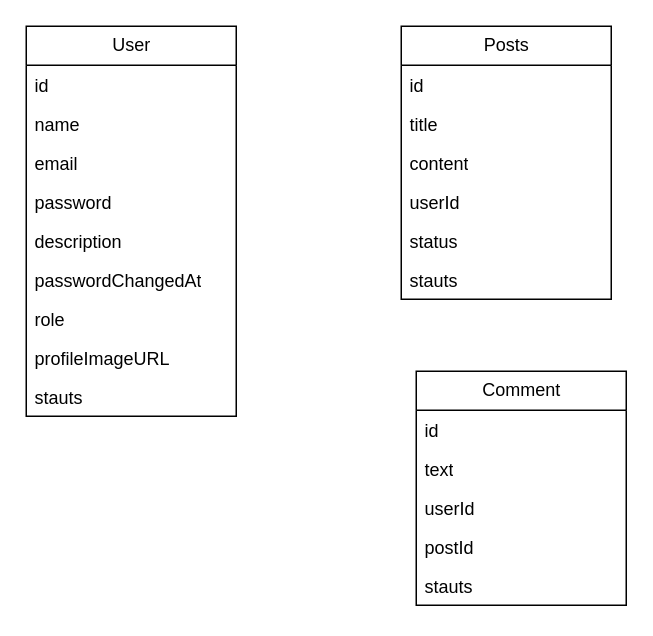
Earlier version of the draw.io diagram diagramaentidadRelacion.drawio (aglagithub/blog). Source tidied: cells renumbered, new cells numbered last; positions are measured from the earlier drawing's top-left corner, leaving out a move shared by most shapes. Both pictures are drawn from the tidied source at 150%, with x=0, y=0 at pixel (26, 26).
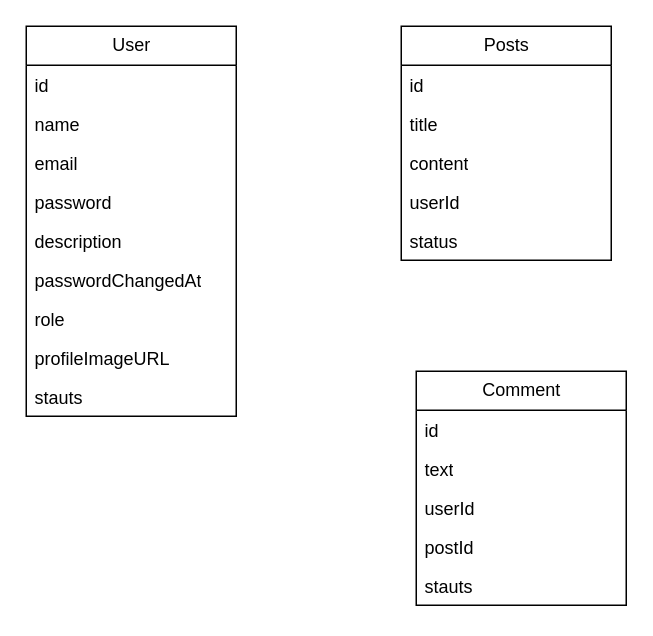
The same diagram, later.

Change to the diagram source:
```diff
@@
     <mxCell id="2" value="Posts" style="swimlane;fontStyle=0;horizontal=1;startSize=26;fillColor=none;html=1;" parent="1" vertex="1">
-      <mxGeometry x="250" width="140" height="182" as="geometry" />
+      <mxGeometry x="250" width="140" height="156" as="geometry" />
     </mxCell>
@@
-    <mxCell id="8" value="stauts" style="text;strokeColor=none;fillColor=none;align=left;verticalAlign=top;spacingLeft=4;spacingRight=4;overflow=hidden;whiteSpace=wrap;html=1;" parent="2" vertex="1">
-      <mxGeometry y="156" width="140" height="26" as="geometry" />
-    </mxCell>
```
